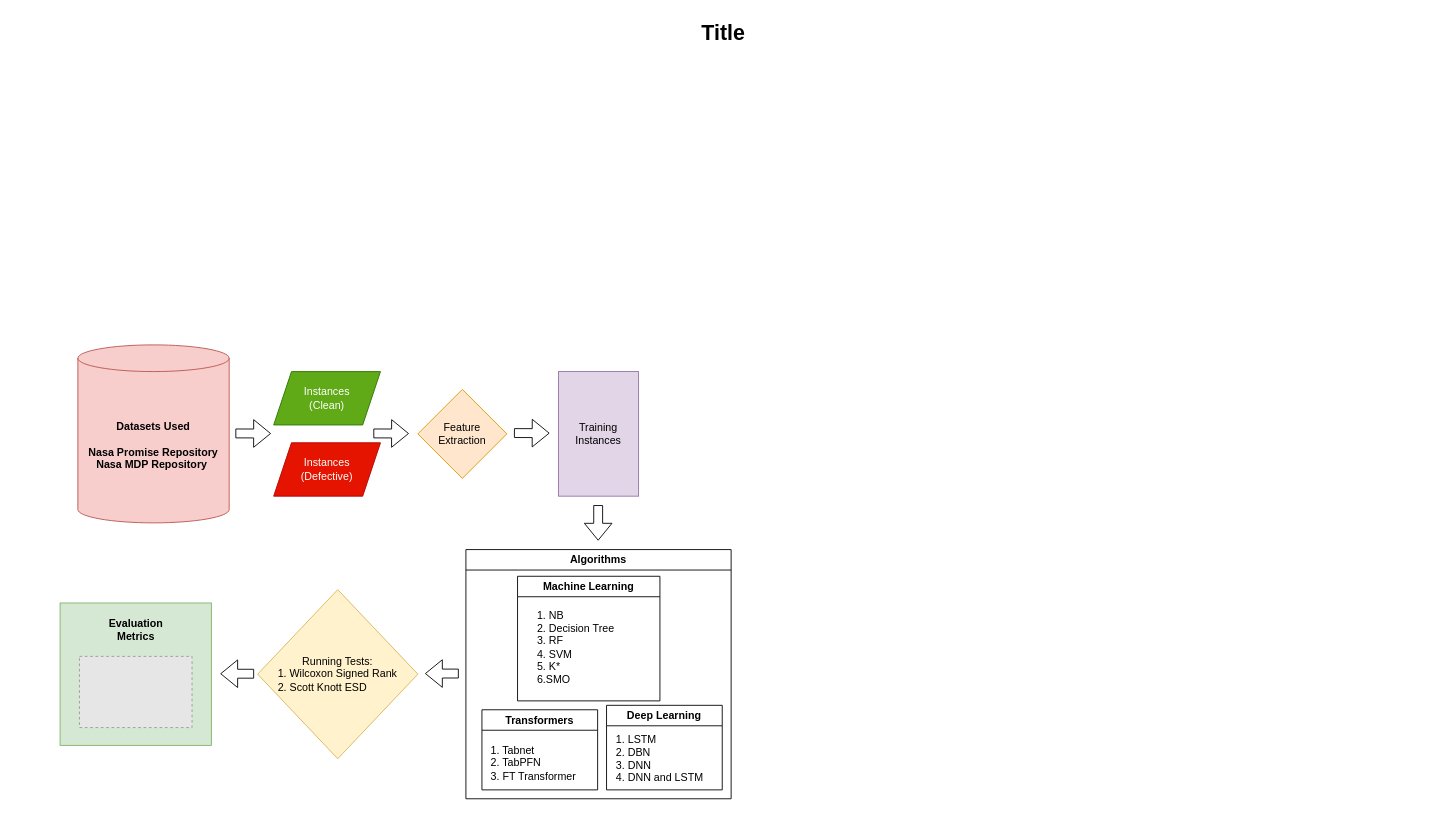
The draw.io diagram PipelineWorkflow.drawio in vanshgupta-2024/computer-graphics, before the edit. Source tidied: cells renumbered, new cells numbered last; positions are measured from the earlier drawing's top-left corner, leaving out a move shared by most shapes. Both pictures are drawn from the tidied source at 89%, with x=0, y=0 at pixel (15, 15). Pictures stored in the file or linked from it are replaced by grey dashed boxes.
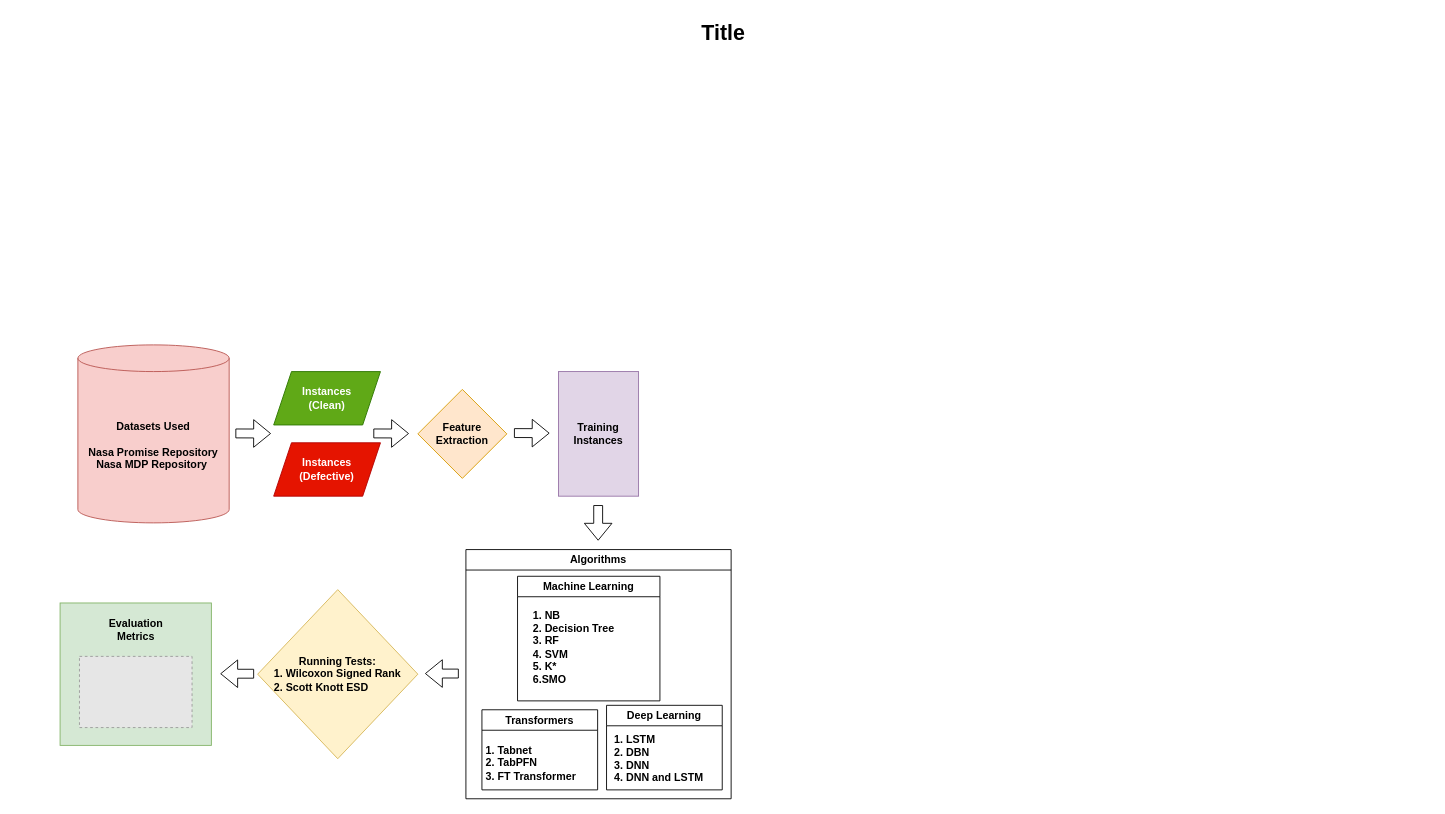
The same diagram, later.

The change refers to these unchanged cells:
```xml
<mxCell id="13" value="Machine Learning" style="swimlane;whiteSpace=wrap;html=1;" parent="12" vertex="1">
  <mxGeometry x="58" y="30" width="160" height="140" as="geometry" />
</mxCell>
<mxCell id="15" value="Transformers" style="swimlane;whiteSpace=wrap;html=1;" parent="12" vertex="1">
  <mxGeometry x="18" y="180" width="130" height="90" as="geometry" />
</mxCell>
<mxCell id="17" value="Deep Learning" style="swimlane;whiteSpace=wrap;html=1;" parent="12" vertex="1">
  <mxGeometry x="158" y="175" width="130" height="95" as="geometry" />
</mxCell>
```

Diff of the diagram source:
```diff
@@
-    <mxCell id="4" value="Instances&lt;div&gt;(Clean)&lt;/div&gt;" style="shape=parallelogram;perimeter=parallelogramPerimeter;whiteSpace=wrap;html=1;fixedSize=1;fillColor=#60a917;strokeColor=#2D7600;fontColor=#ffffff;" parent="1" vertex="1">
+    <mxCell id="4" value="Instances&lt;div&gt;(Clean)&lt;/div&gt;" style="shape=parallelogram;perimeter=parallelogramPerimeter;whiteSpace=wrap;html=1;fixedSize=1;fillColor=#60a917;strokeColor=#2D7600;fontColor=#ffffff;fontStyle=1;" parent="1" vertex="1">
       <mxGeometry x="290" y="400" width="120" height="60" as="geometry" />
     </mxCell>
-    <mxCell id="5" value="Instances&lt;div&gt;(Defective)&lt;/div&gt;" style="shape=parallelogram;perimeter=parallelogramPerimeter;whiteSpace=wrap;html=1;fixedSize=1;fillColor=#e51400;fontColor=#ffffff;strokeColor=#B20000;" parent="1" vertex="1">
+    <mxCell id="5" value="Instances&lt;div&gt;(Defective)&lt;/div&gt;" style="shape=parallelogram;perimeter=parallelogramPerimeter;whiteSpace=wrap;html=1;fixedSize=1;fillColor=#e51400;fontColor=#ffffff;strokeColor=#B20000;fontStyle=1;" parent="1" vertex="1">
       <mxGeometry x="290" y="480" width="120" height="60" as="geometry" />
     </mxCell>
@@
-    <mxCell id="7" value="Feature&lt;div&gt;Extraction&lt;/div&gt;" style="rhombus;whiteSpace=wrap;html=1;fillColor=#ffe6cc;strokeColor=#d79b00;" parent="1" vertex="1">
+    <mxCell id="7" value="Feature&lt;div&gt;Extraction&lt;/div&gt;" style="rhombus;whiteSpace=wrap;html=1;fillColor=#ffe6cc;strokeColor=#d79b00;fontStyle=1;" parent="1" vertex="1">
       <mxGeometry x="452" y="420" width="100" height="100" as="geometry" />
     </mxCell>
@@
-    <mxCell id="10" value="Training&lt;div&gt;Instances&lt;/div&gt;" style="rounded=0;whiteSpace=wrap;html=1;fillColor=#e1d5e7;strokeColor=#9673a6;" parent="1" vertex="1">
+    <mxCell id="10" value="Training&lt;div&gt;Instances&lt;/div&gt;" style="rounded=0;whiteSpace=wrap;html=1;fillColor=#e1d5e7;strokeColor=#9673a6;fontStyle=1;" parent="1" vertex="1">
       <mxGeometry x="610" y="400" width="90" height="140" as="geometry" />
     </mxCell>
@@
-    <mxCell id="14" value="&lt;div style=&quot;text-align: justify;&quot;&gt;&lt;span style=&quot;background-color: initial;&quot;&gt;1. NB&lt;/span&gt;&lt;/div&gt;&lt;div style=&quot;text-align: justify;&quot;&gt;2. Decision Tree&lt;/div&gt;&lt;div style=&quot;text-align: justify;&quot;&gt;3. RF&lt;/div&gt;&lt;div style=&quot;text-align: justify;&quot;&gt;4. SVM&lt;br&gt;&lt;/div&gt;&lt;div style=&quot;text-align: justify;&quot;&gt;5. K*&lt;/div&gt;&lt;div style=&quot;text-align: justify;&quot;&gt;6.SMO&lt;/div&gt;" style="text;html=1;align=right;verticalAlign=middle;strokeColor=none;fillColor=none;" parent="13" vertex="1">
+    <mxCell id="14" value="&lt;div style=&quot;text-align: justify;&quot;&gt;&lt;span style=&quot;background-color: initial;&quot;&gt;1. NB&lt;/span&gt;&lt;/div&gt;&lt;div style=&quot;text-align: justify;&quot;&gt;2. Decision Tree&lt;/div&gt;&lt;div style=&quot;text-align: justify;&quot;&gt;3. RF&lt;/div&gt;&lt;div style=&quot;text-align: justify;&quot;&gt;4. SVM&lt;br&gt;&lt;/div&gt;&lt;div style=&quot;text-align: justify;&quot;&gt;5. K*&lt;/div&gt;&lt;div style=&quot;text-align: justify;&quot;&gt;6.SMO&lt;/div&gt;" style="text;html=1;align=right;verticalAlign=middle;strokeColor=none;fillColor=none;fontStyle=1;" parent="13" vertex="1">
       <mxGeometry y="30" width="110" height="100" as="geometry" />
     </mxCell>
@@
-    <mxCell id="16" value="&lt;div style=&quot;text-align: justify;&quot;&gt;&lt;span style=&quot;background-color: initial;&quot;&gt;1. Tabnet&lt;/span&gt;&lt;/div&gt;&lt;div style=&quot;text-align: justify;&quot;&gt;2. TabPFN&lt;/div&gt;&lt;div style=&quot;text-align: justify;&quot;&gt;3. FT Transformer&lt;/div&gt;" style="text;html=1;align=right;verticalAlign=middle;strokeColor=none;fillColor=none;" parent="15" vertex="1">
+    <mxCell id="16" value="&lt;div style=&quot;text-align: justify;&quot;&gt;&lt;span style=&quot;background-color: initial;&quot;&gt;1. Tabnet&lt;/span&gt;&lt;/div&gt;&lt;div style=&quot;text-align: justify;&quot;&gt;2. TabPFN&lt;/div&gt;&lt;div style=&quot;text-align: justify;&quot;&gt;3. FT Transformer&lt;/div&gt;" style="text;html=1;align=right;verticalAlign=middle;strokeColor=none;fillColor=none;fontStyle=1;" parent="15" vertex="1">
       <mxGeometry x="-13" y="30" width="120" height="60" as="geometry" />
     </mxCell>
@@
-    <mxCell id="18" value="&lt;div style=&quot;text-align: justify;&quot;&gt;&lt;span style=&quot;background-color: initial;&quot;&gt;1. LSTM&lt;/span&gt;&lt;/div&gt;&lt;div style=&quot;text-align: justify;&quot;&gt;2. DBN&lt;/div&gt;&lt;div style=&quot;text-align: justify;&quot;&gt;3. DNN&lt;/div&gt;&lt;div style=&quot;text-align: justify;&quot;&gt;4. DNN and LSTM&lt;/div&gt;" style="text;html=1;align=right;verticalAlign=middle;strokeColor=none;fillColor=none;" parent="17" vertex="1">
+    <mxCell id="18" value="&lt;div style=&quot;text-align: justify;&quot;&gt;&lt;span style=&quot;background-color: initial;&quot;&gt;1. LSTM&lt;/span&gt;&lt;/div&gt;&lt;div style=&quot;text-align: justify;&quot;&gt;2. DBN&lt;/div&gt;&lt;div style=&quot;text-align: justify;&quot;&gt;3. DNN&lt;/div&gt;&lt;div style=&quot;text-align: justify;&quot;&gt;4. DNN and LSTM&lt;/div&gt;" style="text;html=1;align=right;verticalAlign=middle;strokeColor=none;fillColor=none;fontStyle=1;" parent="17" vertex="1">
       <mxGeometry x="-10" y="25" width="120" height="70" as="geometry" />
     </mxCell>
@@
-    <mxCell id="20" value="Running Tests:&lt;div&gt;1. Wilcoxon Signed Rank&lt;/div&gt;&lt;div style=&quot;text-align: justify;&quot;&gt;2. Scott Knott ESD&lt;br&gt;&lt;/div&gt;" style="rhombus;whiteSpace=wrap;html=1;fillColor=#fff2cc;strokeColor=#d6b656;" parent="1" vertex="1">
+    <mxCell id="20" value="Running Tests:&lt;div&gt;1. Wilcoxon Signed Rank&lt;/div&gt;&lt;div style=&quot;text-align: justify;&quot;&gt;2. Scott Knott ESD&lt;br&gt;&lt;/div&gt;" style="rhombus;whiteSpace=wrap;html=1;fillColor=#fff2cc;strokeColor=#d6b656;fontStyle=1;" parent="1" vertex="1">
       <mxGeometry x="272" y="645" width="180" height="190" as="geometry" />
     </mxCell>
```
